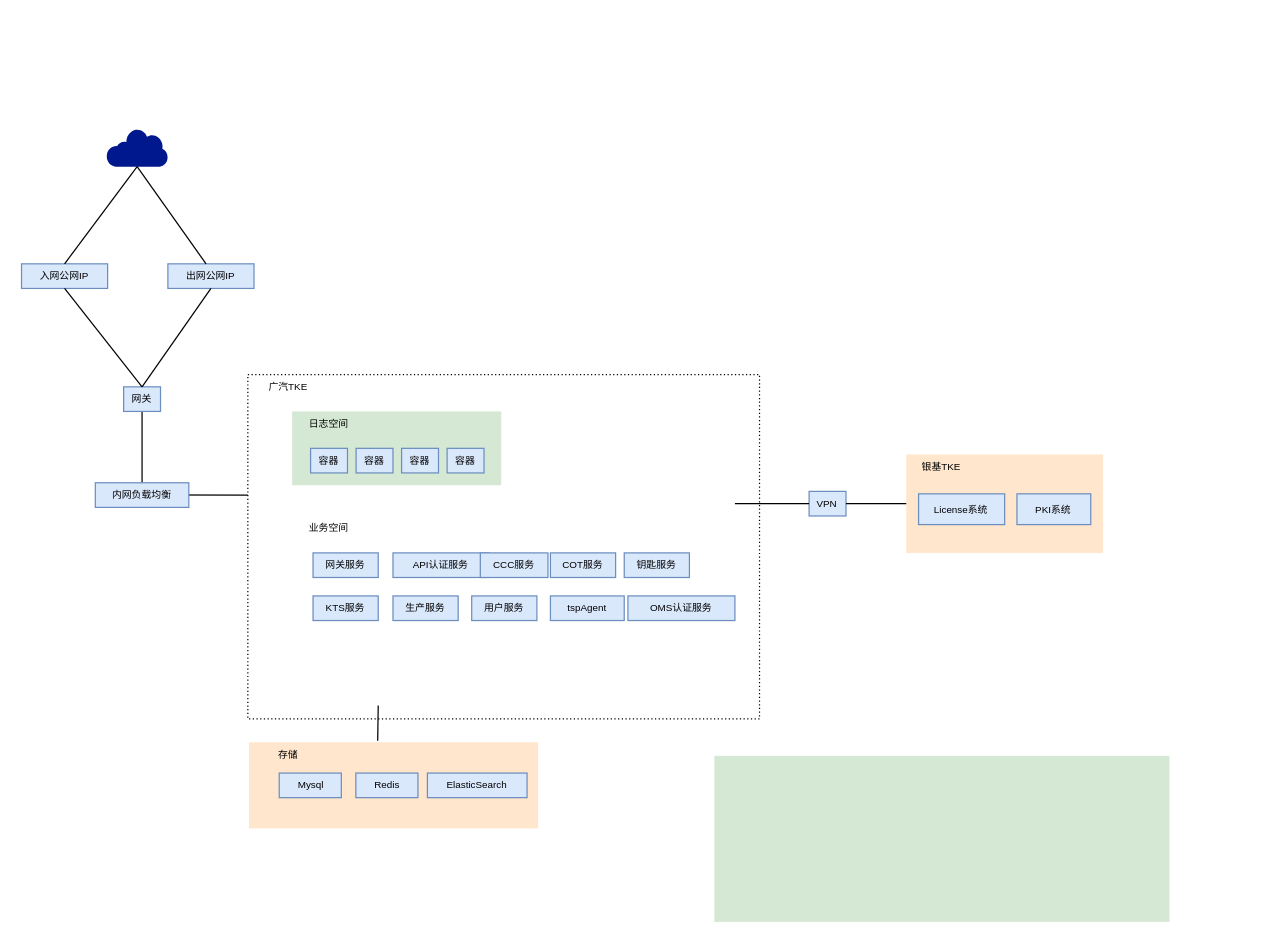
Before: 未命名绘图.drawio in jianguocong/chart, a draw.io diagram. Source tidied: cells renumbered, new cells numbered last; positions are measured from the earlier drawing's top-left corner, leaving out a move shared by most shapes. Both pictures are drawn from the tidied source at 123%, with x=0, y=0 at pixel (21, 128).
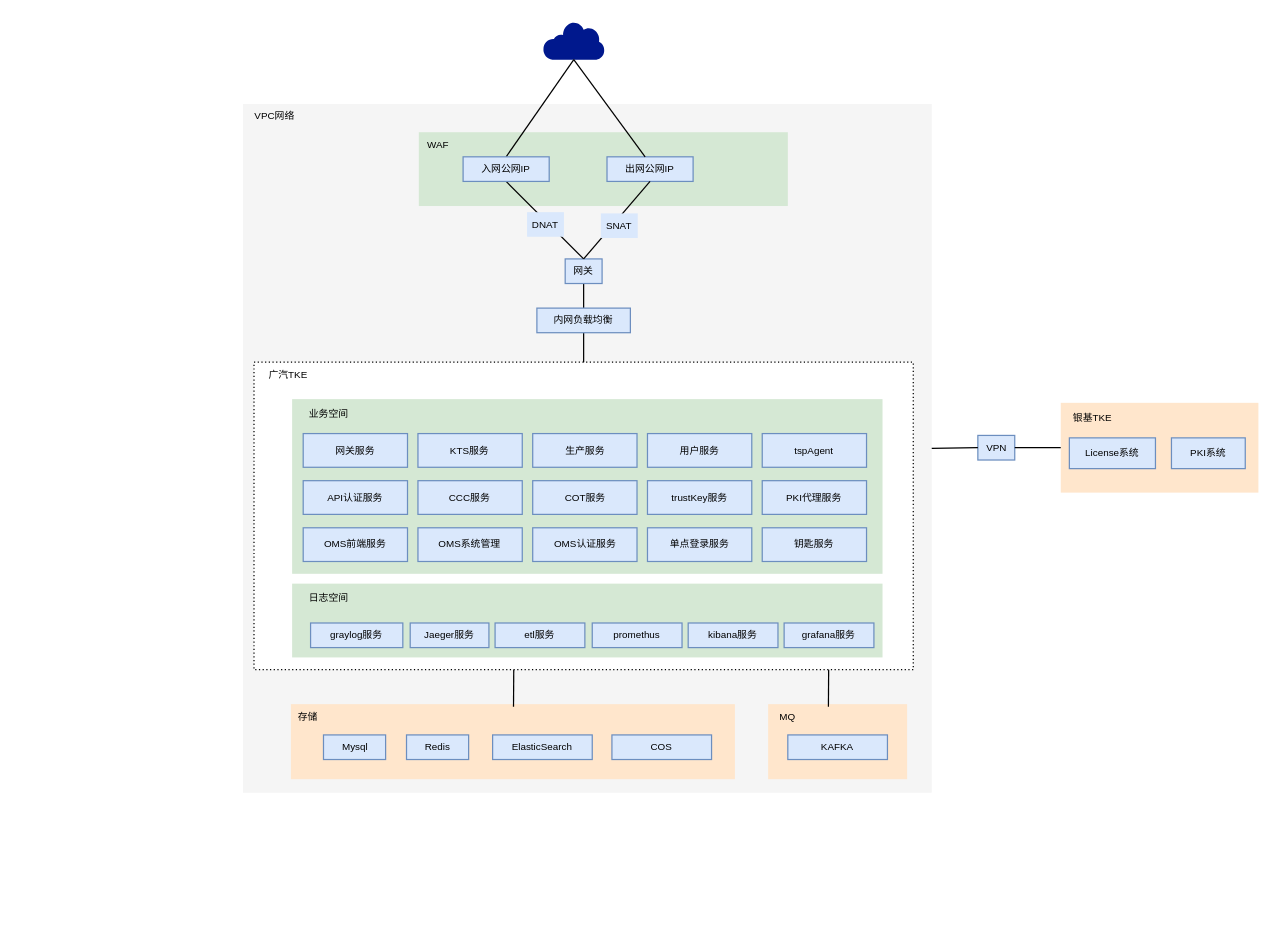
Above is the later version.

Commit message (it also covers changes not shown here):
更新未命名绘图.drawio

Change to the diagram source:
```diff
@@
+    <mxCell id="46" style="rounded=0;whiteSpace=wrap;html=1;fillColor=#f5f5f5;strokeColor=none;fontSize=8;fontColor=#333333;" parent="1" vertex="1">
+      <mxGeometry x="180" y="-20" width="560" height="560" as="geometry" />
+    </mxCell>
     <mxCell id="2" style="rounded=0;whiteSpace=wrap;html=1;dashed=1;dashPattern=1 2;fontSize=8;" parent="1" vertex="1">
-      <mxGeometry x="184" y="200" width="416" height="280" as="geometry" />
+      <mxGeometry x="189" y="190" width="536" height="250" as="geometry" />
     </mxCell>
+    <mxCell id="47" style="rounded=0;whiteSpace=wrap;html=1;fillColor=#d5e8d4;strokeColor=none;fontSize=8;" parent="1" vertex="1">
+      <mxGeometry x="323" y="3" width="300" height="60" as="geometry" />
+    </mxCell>
     <mxCell id="3" style="rounded=0;whiteSpace=wrap;html=1;fillColor=#ffe6cc;strokeColor=none;fontSize=8;" parent="1" vertex="1">
-      <mxGeometry x="185" y="499" width="235" height="70" as="geometry" />
+      <mxGeometry x="219" y="468" width="361" height="61" as="geometry" />
     </mxCell>
@@
     <mxCell id="5" value="&lt;font style=&quot;font-size: 8px;&quot;&gt;广汽TKE&lt;/font&gt;" style="rounded=0;whiteSpace=wrap;html=1;fillColor=none;strokeColor=none;fontSize=8;" parent="1" vertex="1">
-      <mxGeometry x="184" y="200" width="66" height="20" as="geometry" />
+      <mxGeometry x="184" y="190" width="66" height="20" as="geometry" />
     </mxCell>
-    <mxCell id="6" style="rounded=0;whiteSpace=wrap;html=1;fillColor=#d5e8d4;strokeColor=none;fontSize=8;" parent="1" vertex="1">
-      <mxGeometry x="220" y="230" width="170" height="60" as="geometry" />
-    </mxCell>
-    <mxCell id="7" value="容器" style="rounded=0;whiteSpace=wrap;html=1;fillColor=#dae8fc;strokeColor=#6c8ebf;fontSize=8;" parent="1" vertex="1">
-      <mxGeometry x="235" y="260" width="30" height="20" as="geometry" />
-    </mxCell>
-    <mxCell id="8" value="容器" style="rounded=0;whiteSpace=wrap;html=1;fillColor=#dae8fc;strokeColor=#6c8ebf;fontSize=8;" parent="1" vertex="1">
-      <mxGeometry x="272" y="260" width="30" height="20" as="geometry" />
-    </mxCell>
-    <mxCell id="9" value="容器" style="rounded=0;whiteSpace=wrap;html=1;fillColor=#dae8fc;strokeColor=#6c8ebf;fontSize=8;" parent="1" vertex="1">
-      <mxGeometry x="309" y="260" width="30" height="20" as="geometry" />
-    </mxCell>
-    <mxCell id="10" value="日志空间" style="rounded=0;whiteSpace=wrap;html=1;strokeColor=none;fillColor=none;fontSize=8;" parent="1" vertex="1">
-      <mxGeometry x="220" y="230" width="60" height="20" as="geometry" />
-    </mxCell>
     <mxCell id="11" style="rounded=0;whiteSpace=wrap;html=1;fillColor=#d5e8d4;strokeColor=none;fontSize=8;" parent="1" vertex="1">
-      <mxGeometry x="563.3" y="510" width="370" height="135" as="geometry" />
+      <mxGeometry x="220" y="220" width="480" height="142" as="geometry" />
     </mxCell>
-    <mxCell id="12" value="容器" style="rounded=0;whiteSpace=wrap;html=1;fillColor=#dae8fc;strokeColor=#6c8ebf;fontSize=8;" parent="1" vertex="1">
-      <mxGeometry x="346" y="260" width="30" height="20" as="geometry" />
-    </mxCell>
-    <mxCell id="13" value="网关服务" style="rounded=0;whiteSpace=wrap;html=1;fillColor=#dae8fc;strokeColor=#6c8ebf;fontSize=8;" parent="1" vertex="1">
-      <mxGeometry x="237" y="345" width="53" height="20" as="geometry" />
-    </mxCell>
     <mxCell id="14" value="业务空间" style="rounded=0;whiteSpace=wrap;html=1;fillColor=none;strokeColor=none;fontSize=8;" parent="1" vertex="1">
-      <mxGeometry x="220" y="315" width="60" height="20" as="geometry" />
+      <mxGeometry x="220" y="222" width="60" height="20" as="geometry" />
     </mxCell>
-    <mxCell id="15" value="COT服务" style="rounded=0;whiteSpace=wrap;html=1;fillColor=#dae8fc;strokeColor=#6c8ebf;fontSize=8;" parent="1" vertex="1">
-      <mxGeometry x="430" y="345" width="53" height="20" as="geometry" />
-    </mxCell>
-    <mxCell id="16" value="API认证服务" style="rounded=0;whiteSpace=wrap;html=1;fillColor=#dae8fc;strokeColor=#6c8ebf;fontSize=8;" parent="1" vertex="1">
-      <mxGeometry x="302" y="345" width="78" height="20" as="geometry" />
-    </mxCell>
-    <mxCell id="17" value="CCC服务" style="rounded=0;whiteSpace=wrap;html=1;fillColor=#dae8fc;strokeColor=#6c8ebf;fontSize=8;" parent="1" vertex="1">
-      <mxGeometry x="373" y="345" width="55" height="20" as="geometry" />
-    </mxCell>
     <mxCell id="18" style="sketch=0;shadow=0;dashed=0;html=1;strokeColor=none;labelPosition=center;verticalLabelPosition=bottom;verticalAlign=top;align=center;fillColor=#00188D;shape=mxgraph.mscae.enterprise.internet;fontSize=8;" parent="1" vertex="1">
-      <mxGeometry x="69" width="50" height="31" as="geometry" />
+      <mxGeometry x="424" y="-87" width="50" height="31" as="geometry" />
     </mxCell>
-    <mxCell id="19" style="endArrow=none;html=1;rounded=0;entryX=0;entryY=0.529;entryDx=0;entryDy=0;entryPerimeter=0;fontSize=8;" parent="1" edge="1">
-      <mxGeometry relative="1" as="geometry">
-        <mxPoint x="90" y="297.8" as="sourcePoint" />
-        <mxPoint x="184" y="298" as="targetPoint" />
-      </mxGeometry>
+    <mxCell id="19" style="endArrow=none;html=1;rounded=0;fontSize=8;entryX=0.5;entryY=0;entryDx=0;entryDy=0;exitX=0.5;exitY=1;exitDx=0;exitDy=0;" parent="1" edge="1" source="20" target="2">
+      <mxGeometry relative="1" as="geometry" />
     </mxCell>
     <mxCell id="20" value="内网负载均衡" style="rounded=0;whiteSpace=wrap;html=1;fillColor=#dae8fc;strokeColor=#6c8ebf;fontSize=8;" parent="1" vertex="1">
-      <mxGeometry x="60" y="288" width="76" height="20" as="geometry" />
+      <mxGeometry x="419" y="146" width="76" height="20" as="geometry" />
     </mxCell>
     <mxCell id="21" style="rounded=0;whiteSpace=wrap;html=1;fillColor=#ffe6cc;strokeColor=none;fontSize=8;" parent="1" vertex="1">
-      <mxGeometry x="719.3" y="265" width="160" height="80" as="geometry" />
+      <mxGeometry x="844.9" y="223" width="160.7" height="73" as="geometry" />
     </mxCell>
     <mxCell id="22" value="PKI系统" style="rounded=0;whiteSpace=wrap;html=1;fillColor=#dae8fc;strokeColor=#6c8ebf;fontSize=8;" parent="1" vertex="1">
-      <mxGeometry x="809.3" y="297" width="60" height="25" as="geometry" />
+      <mxGeometry x="934.9" y="251.5" width="60" height="25" as="geometry" />
     </mxCell>
     <mxCell id="23" value="银基TKE" style="rounded=0;whiteSpace=wrap;html=1;strokeColor=none;fillColor=none;fontSize=8;" parent="1" vertex="1">
-      <mxGeometry x="719.3" y="265" width="58" height="20" as="geometry" />
+      <mxGeometry x="841.9" y="224.5" width="58" height="20" as="geometry" />
     </mxCell>
     <mxCell id="24" value="VPN" style="rounded=0;whiteSpace=wrap;html=1;fillColor=#dae8fc;strokeColor=#6c8ebf;fontSize=8;" parent="1" vertex="1">
-      <mxGeometry x="640.3" y="295" width="30" height="20" as="geometry" />
+      <mxGeometry x="777.5" y="249.5" width="30" height="20" as="geometry" />
     </mxCell>
-    <mxCell id="25" style="endArrow=none;html=1;rounded=0;entryX=0;entryY=0.5;entryDx=0;entryDy=0;exitX=1.003;exitY=0.526;exitDx=0;exitDy=0;exitPerimeter=0;fontSize=8;" parent="1" edge="1" target="24">
-      <mxGeometry relative="1" as="geometry">
-        <mxPoint x="580" y="304.9" as="sourcePoint" />
-      </mxGeometry>
+    <mxCell id="25" style="endArrow=none;html=1;rounded=0;entryX=0;entryY=0.5;entryDx=0;entryDy=0;fontSize=8;exitX=1;exitY=0.5;exitDx=0;exitDy=0;" parent="1" edge="1" source="46" target="24">
+      <mxGeometry relative="1" as="geometry" />
     </mxCell>
-    <mxCell id="26" style="endArrow=none;html=1;rounded=0;entryX=0;entryY=0.5;entryDx=0;entryDy=0;exitX=1;exitY=0.5;exitDx=0;exitDy=0;fontSize=8;" parent="1" edge="1" source="24" target="21">
+    <mxCell id="26" style="endArrow=none;html=1;rounded=0;exitX=1;exitY=0.5;exitDx=0;exitDy=0;fontSize=8;entryX=0;entryY=0.5;entryDx=0;entryDy=0;" parent="1" edge="1" source="24" target="21">
       <mxGeometry relative="1" as="geometry" />
     </mxCell>
     <mxCell id="27" value="License系统" style="rounded=0;whiteSpace=wrap;html=1;fillColor=#dae8fc;strokeColor=#6c8ebf;fontSize=8;" parent="1" vertex="1">
-      <mxGeometry x="729.3" y="297" width="70" height="25" as="geometry" />
+      <mxGeometry x="851.9" y="251.5" width="70" height="25" as="geometry" />
     </mxCell>
     <mxCell id="28" value="网关" style="rounded=0;whiteSpace=wrap;html=1;fillColor=#dae8fc;strokeColor=#6c8ebf;fontSize=8;" parent="1" vertex="1">
-      <mxGeometry x="83" y="210" width="30" height="20" as="geometry" />
+      <mxGeometry x="442" y="106" width="30" height="20" as="geometry" />
     </mxCell>
-    <mxCell id="29" value="入网公网IP" style="rounded=0;whiteSpace=wrap;html=1;fillColor=#dae8fc;strokeColor=#6c8ebf;fontSize=8;" parent="1" vertex="1">
-      <mxGeometry y="110" width="70" height="20" as="geometry" />
-    </mxCell>
-    <mxCell id="30" style="endArrow=none;html=1;rounded=0;entryX=0.5;entryY=0;entryDx=0;entryDy=0;exitX=0.5;exitY=1;exitDx=0;exitDy=0;fontSize=8;" parent="1" edge="1" source="29" target="28">
-      <mxGeometry relative="1" as="geometry" />
+    <mxCell id="30" style="endArrow=none;html=1;rounded=0;entryX=0.5;entryY=0;entryDx=0;entryDy=0;exitX=0.5;exitY=1;exitDx=0;exitDy=0;fontSize=8;" parent="1" edge="1" target="28">
+      <mxGeometry relative="1" as="geometry">
+        <mxPoint x="394" y="43" as="sourcePoint" />
+      </mxGeometry>
     </mxCell>
+    <mxCell id="48" value="DNAT" style="edgeLabel;align=center;verticalAlign=middle;fontSize=20;fontFamily=Architects Daughter;labelBackgroundColor=default;html=1;fontColor=none;noLabel=1;" parent="30" vertex="1">
+      <mxGeometry x="0.14" y="1" relative="1" as="geometry" />
+    </mxCell>
     <mxCell id="31" value="出网公网IP" style="rounded=0;whiteSpace=wrap;html=1;fillColor=#dae8fc;strokeColor=#6c8ebf;fontSize=8;" parent="1" vertex="1">
-      <mxGeometry x="119" y="110" width="70" height="20" as="geometry" />
+      <mxGeometry x="476" y="23" width="70" height="20" as="geometry" />
     </mxCell>
@@
-    <mxCell id="34" style="endArrow=none;html=1;rounded=0;entryX=0.5;entryY=0;entryDx=0;entryDy=0;exitX=0.5;exitY=1;exitDx=0;exitDy=0;exitPerimeter=0;fontSize=8;" parent="1" edge="1" source="18" target="29">
-      <mxGeometry relative="1" as="geometry" />
+    <mxCell id="34" style="endArrow=none;html=1;rounded=0;entryX=0.5;entryY=0;entryDx=0;entryDy=0;exitX=0.5;exitY=1;exitDx=0;exitDy=0;exitPerimeter=0;fontSize=8;" parent="1" edge="1" source="18">
+      <mxGeometry relative="1" as="geometry">
+        <mxPoint x="394" y="23" as="targetPoint" />
+      </mxGeometry>
     </mxCell>
-    <mxCell id="35" style="endArrow=none;html=1;rounded=0;fontSize=8;exitX=0.469;exitY=1;exitDx=0;exitDy=0;exitPerimeter=0;entryX=0.445;entryY=-0.019;entryDx=0;entryDy=0;entryPerimeter=0;" parent="1" edge="1" target="3">
+    <mxCell id="35" style="endArrow=none;html=1;rounded=0;fontSize=8;exitX=0.394;exitY=1;exitDx=0;exitDy=0;exitPerimeter=0;" parent="1" edge="1" source="2">
       <mxGeometry relative="1" as="geometry">
-        <mxPoint x="290" y="469" as="sourcePoint" />
+        <mxPoint x="400" y="470" as="targetPoint" />
       </mxGeometry>
     </mxCell>
     <mxCell id="36" value="存储" style="rounded=0;whiteSpace=wrap;html=1;strokeColor=none;fillColor=none;fontSize=8;" parent="1" vertex="1">
-      <mxGeometry x="184" y="499" width="66" height="20" as="geometry" />
+      <mxGeometry x="200" y="468" width="66" height="20" as="geometry" />
     </mxCell>
     <mxCell id="37" value="ElasticSearch" style="rounded=0;whiteSpace=wrap;html=1;fillColor=#dae8fc;strokeColor=#6c8ebf;fontSize=8;" parent="1" vertex="1">
-      <mxGeometry x="330" y="524" width="81" height="20" as="geometry" />
+      <mxGeometry x="383" y="493" width="81" height="20" as="geometry" />
     </mxCell>
     <mxCell id="38" value="Mysql" style="rounded=0;whiteSpace=wrap;html=1;fillColor=#dae8fc;strokeColor=#6c8ebf;fontSize=8;" parent="1" vertex="1">
-      <mxGeometry x="209.5" y="524" width="50.5" height="20" as="geometry" />
+      <mxGeometry x="245.5" y="493" width="50.5" height="20" as="geometry" />
     </mxCell>
     <mxCell id="39" value="Redis" style="rounded=0;whiteSpace=wrap;html=1;fillColor=#dae8fc;strokeColor=#6c8ebf;fontSize=8;" parent="1" vertex="1">
-      <mxGeometry x="271.8" y="524" width="50.5" height="20" as="geometry" />
+      <mxGeometry x="313" y="493" width="50.5" height="20" as="geometry" />
     </mxCell>
-    <mxCell id="40" value="钥匙服务" style="rounded=0;whiteSpace=wrap;html=1;fillColor=#dae8fc;strokeColor=#6c8ebf;fontSize=8;" parent="1" vertex="1">
-      <mxGeometry x="490" y="345" width="53" height="20" as="geometry" />
-    </mxCell>
+    <mxCell id="49" style="group;" parent="1" vertex="1">
+      <mxGeometry x="229" y="248" width="458" height="104" as="geometry" />
+    </mxCell>
+    <mxCell id="13" value="网关服务" style="rounded=0;whiteSpace=wrap;html=1;fillColor=#dae8fc;strokeColor=#6c8ebf;fontSize=8;verticalAlign=middle;flipH=1;" parent="49" vertex="1">
+      <mxGeometry width="84.8" height="27.4" as="geometry" />
+    </mxCell>
+    <mxCell id="16" value="API认证服务" style="rounded=0;whiteSpace=wrap;html=1;fillColor=#dae8fc;strokeColor=#6c8ebf;fontSize=8;verticalAlign=middle;flipH=1;" parent="49" vertex="1">
+      <mxGeometry y="38.3" width="84.8" height="27.4" as="geometry" />
+    </mxCell>
-    <mxCell id="41" value="KTS服务" style="rounded=0;whiteSpace=wrap;html=1;fillColor=#dae8fc;strokeColor=#6c8ebf;fontSize=8;" parent="1" vertex="1">
-      <mxGeometry x="237" y="380" width="53" height="20" as="geometry" />
+    <mxCell id="41" value="KTS服务" style="rounded=0;whiteSpace=wrap;html=1;fillColor=#dae8fc;strokeColor=#6c8ebf;fontSize=8;verticalAlign=middle;" parent="49" vertex="1">
+      <mxGeometry x="93.3" width="84.8" height="27.4" as="geometry" />
     </mxCell>
-    <mxCell id="42" value="生产服务" style="rounded=0;whiteSpace=wrap;html=1;fillColor=#dae8fc;strokeColor=#6c8ebf;fontSize=8;" parent="1" vertex="1">
-      <mxGeometry x="302" y="380" width="53" height="20" as="geometry" />
+    <mxCell id="42" value="生产服务" style="rounded=0;whiteSpace=wrap;html=1;fillColor=#dae8fc;strokeColor=#6c8ebf;fontSize=8;verticalAlign=middle;" parent="49" vertex="1">
+      <mxGeometry x="186.6" width="84.8" height="27.4" as="geometry" />
     </mxCell>
-    <mxCell id="43" value="用户服务" style="rounded=0;whiteSpace=wrap;html=1;fillColor=#dae8fc;strokeColor=#6c8ebf;fontSize=8;" parent="1" vertex="1">
-      <mxGeometry x="366" y="380" width="53" height="20" as="geometry" />
+    <mxCell id="43" value="用户服务" style="rounded=0;whiteSpace=wrap;html=1;fillColor=#dae8fc;strokeColor=#6c8ebf;fontSize=8;verticalAlign=middle;" parent="49" vertex="1">
+      <mxGeometry x="279.9" width="84.8" height="27.4" as="geometry" />
     </mxCell>
-    <mxCell id="44" value="tspAgent" style="rounded=0;whiteSpace=wrap;html=1;fillColor=#dae8fc;strokeColor=#6c8ebf;fontSize=8;" parent="1" vertex="1">
-      <mxGeometry x="430" y="380" width="60" height="20" as="geometry" />
+    <mxCell id="44" value="tspAgent" style="rounded=0;whiteSpace=wrap;html=1;fillColor=#dae8fc;strokeColor=#6c8ebf;fontSize=8;verticalAlign=middle;" parent="49" vertex="1">
+      <mxGeometry x="373.2" width="84.8" height="27.4" as="geometry" />
     </mxCell>
-    <mxCell id="45" value="OMS认证服务" style="rounded=0;whiteSpace=wrap;html=1;fillColor=#dae8fc;strokeColor=#6c8ebf;fontSize=8;" parent="1" vertex="1">
-      <mxGeometry x="493" y="380" width="87" height="20" as="geometry" />
+    <mxCell id="45" value="OMS认证服务" style="rounded=0;whiteSpace=wrap;html=1;fillColor=#dae8fc;strokeColor=#6c8ebf;fontSize=8;verticalAlign=middle;" parent="49" vertex="1">
+      <mxGeometry x="186.6" y="76.6" width="84.8" height="27.4" as="geometry" />
     </mxCell>
+    <mxCell id="17" value="CCC服务" style="rounded=0;whiteSpace=wrap;html=1;fillColor=#dae8fc;strokeColor=#6c8ebf;fontSize=8;verticalAlign=middle;flipH=1;" parent="49" vertex="1">
+      <mxGeometry x="93.3" y="38.3" width="84.8" height="27.4" as="geometry" />
+    </mxCell>
+    <mxCell id="15" value="COT服务" style="rounded=0;whiteSpace=wrap;html=1;fillColor=#dae8fc;strokeColor=#6c8ebf;fontSize=8;verticalAlign=middle;flipH=1;" parent="49" vertex="1">
+      <mxGeometry x="186.6" y="38.3" width="84.8" height="27.4" as="geometry" />
+    </mxCell>
+    <mxCell id="40" value="钥匙服务" style="rounded=0;whiteSpace=wrap;html=1;fillColor=#dae8fc;strokeColor=#6c8ebf;fontSize=8;verticalAlign=middle;flipH=1;" parent="49" vertex="1">
+      <mxGeometry x="373.2" y="76.6" width="84.8" height="27.4" as="geometry" />
+    </mxCell>
+    <mxCell id="50" value="OMS前端服务" style="rounded=0;whiteSpace=wrap;html=1;fillColor=#dae8fc;strokeColor=#6c8ebf;fontSize=8;verticalAlign=middle;" parent="49" vertex="1">
+      <mxGeometry y="76.6" width="84.8" height="27.4" as="geometry" />
+    </mxCell>
+    <mxCell id="51" value="单点登录服务" style="rounded=0;whiteSpace=wrap;html=1;fillColor=#dae8fc;strokeColor=#6c8ebf;fontSize=8;verticalAlign=middle;" parent="49" vertex="1">
+      <mxGeometry x="279.9" y="76.6" width="84.8" height="27.4" as="geometry" />
+    </mxCell>
+    <mxCell id="52" value="OMS系统管理" style="rounded=0;whiteSpace=wrap;html=1;fillColor=#dae8fc;strokeColor=#6c8ebf;fontSize=8;verticalAlign=middle;" parent="49" vertex="1">
+      <mxGeometry x="93.3" y="76.6" width="84.8" height="27.4" as="geometry" />
+    </mxCell>
+    <mxCell id="53" value="PKI代理服务" style="rounded=0;whiteSpace=wrap;html=1;fillColor=#dae8fc;strokeColor=#6c8ebf;fontSize=8;verticalAlign=middle;" parent="49" vertex="1">
+      <mxGeometry x="373.2" y="38.3" width="84.8" height="27.4" as="geometry" />
+    </mxCell>
+    <mxCell id="54" value="trustKey服务" style="rounded=0;whiteSpace=wrap;html=1;fillColor=#dae8fc;strokeColor=#6c8ebf;fontSize=8;verticalAlign=middle;flipH=1;" parent="49" vertex="1">
+      <mxGeometry x="279.9" y="38.3" width="84.8" height="27.4" as="geometry" />
+    </mxCell>
+    <mxCell id="55" value="&lt;font style=&quot;font-size: 8px;&quot;&gt;VPC网络&lt;/font&gt;" style="rounded=0;whiteSpace=wrap;html=1;fillColor=none;strokeColor=none;fontSize=8;" parent="1" vertex="1">
+      <mxGeometry x="173" y="-20" width="66" height="20" as="geometry" />
+    </mxCell>
+    <mxCell id="56" value="&lt;font style=&quot;font-size: 8px;&quot;&gt;WAF&lt;/font&gt;" style="rounded=0;whiteSpace=wrap;html=1;fillColor=none;strokeColor=none;fontSize=8;" parent="1" vertex="1">
+      <mxGeometry x="306" y="3" width="66" height="20" as="geometry" />
+    </mxCell>
+    <mxCell id="57" style="group;" parent="1" vertex="1">
+      <mxGeometry x="220" y="370" width="480" height="60" as="geometry" />
+    </mxCell>
+    <mxCell id="6" style="rounded=0;whiteSpace=wrap;html=1;fillColor=#d5e8d4;strokeColor=none;fontSize=8;" parent="57" vertex="1">
+      <mxGeometry width="480" height="60" as="geometry" />
+    </mxCell>
+    <mxCell id="7" value="graylog服务" style="rounded=0;whiteSpace=wrap;html=1;fillColor=#dae8fc;strokeColor=#6c8ebf;fontSize=8;flipH=0;flipV=1;" parent="57" vertex="1">
+      <mxGeometry x="15" y="32" width="75" height="20" as="geometry" />
+    </mxCell>
+    <mxCell id="10" value="日志空间" style="rounded=0;whiteSpace=wrap;html=1;strokeColor=none;fillColor=none;fontSize=8;" parent="57" vertex="1">
+      <mxGeometry y="2" width="60" height="20" as="geometry" />
+    </mxCell>
+    <mxCell id="12" value="Jaeger服务" style="rounded=0;whiteSpace=wrap;html=1;fillColor=#dae8fc;strokeColor=#6c8ebf;fontSize=8;flipH=0;flipV=1;" parent="57" vertex="1">
+      <mxGeometry x="96" y="32" width="64" height="20" as="geometry" />
+    </mxCell>
+    <mxCell id="58" value="grafana服务" style="rounded=0;whiteSpace=wrap;html=1;fillColor=#dae8fc;strokeColor=#6c8ebf;fontSize=8;flipH=0;flipV=1;" parent="57" vertex="1">
+      <mxGeometry x="400" y="32" width="73" height="20" as="geometry" />
+    </mxCell>
+    <mxCell id="59" value="kibana服务" style="rounded=0;whiteSpace=wrap;html=1;fillColor=#dae8fc;strokeColor=#6c8ebf;fontSize=8;flipH=0;flipV=1;" parent="57" vertex="1">
+      <mxGeometry x="322" y="32" width="73" height="20" as="geometry" />
+    </mxCell>
+    <mxCell id="60" value="etl服务" style="rounded=0;whiteSpace=wrap;html=1;fillColor=#dae8fc;strokeColor=#6c8ebf;fontSize=8;flipH=0;flipV=1;" parent="57" vertex="1">
+      <mxGeometry x="165" y="32" width="73" height="20" as="geometry" />
+    </mxCell>
+    <mxCell id="61" value="promethus" style="rounded=0;whiteSpace=wrap;html=1;fillColor=#dae8fc;strokeColor=#6c8ebf;fontSize=8;flipH=0;flipV=1;" parent="57" vertex="1">
+      <mxGeometry x="244" y="32" width="73" height="20" as="geometry" />
+    </mxCell>
+    <mxCell id="62" value="COS" style="rounded=0;whiteSpace=wrap;html=1;fillColor=#dae8fc;strokeColor=#6c8ebf;fontSize=8;" parent="1" vertex="1">
+      <mxGeometry x="480" y="493" width="81" height="20" as="geometry" />
+    </mxCell>
+    <mxCell id="63" style="rounded=0;whiteSpace=wrap;html=1;fillColor=#ffe6cc;strokeColor=none;fontSize=8;" parent="1" vertex="1">
+      <mxGeometry x="607" y="468" width="113" height="61" as="geometry" />
+    </mxCell>
+    <mxCell id="64" value="KAFKA" style="rounded=0;whiteSpace=wrap;html=1;fillColor=#dae8fc;strokeColor=#6c8ebf;fontSize=8;" parent="1" vertex="1">
+      <mxGeometry x="623" y="493" width="81" height="20" as="geometry" />
+    </mxCell>
+    <mxCell id="65" value="MQ" style="rounded=0;whiteSpace=wrap;html=1;strokeColor=none;fillColor=none;fontSize=8;" parent="1" vertex="1">
+      <mxGeometry x="590" y="468" width="66" height="20" as="geometry" />
+    </mxCell>
+    <mxCell id="66" style="endArrow=none;html=1;rounded=0;fontSize=8;exitX=0.394;exitY=1;exitDx=0;exitDy=0;exitPerimeter=0;" parent="1" edge="1">
+      <mxGeometry relative="1" as="geometry">
+        <mxPoint x="656.2" y="440" as="sourcePoint" />
+        <mxPoint x="656" y="470" as="targetPoint" />
+      </mxGeometry>
+    </mxCell>
+    <mxCell id="29" value="入网公网IP" style="rounded=0;whiteSpace=wrap;html=1;fillColor=#dae8fc;strokeColor=#6c8ebf;fontSize=8;" parent="1" vertex="1">
+      <mxGeometry x="359" y="23" width="70" height="20" as="geometry" />
+    </mxCell>
+    <mxCell id="67" value="DNAT" style="rounded=0;whiteSpace=wrap;html=1;fillColor=#dae8fc;strokeColor=none;fontSize=8;" parent="1" vertex="1">
+      <mxGeometry x="411" y="68" width="30" height="20" as="geometry" />
+    </mxCell>
+    <mxCell id="68" value="SNAT" style="rounded=0;whiteSpace=wrap;html=1;fillColor=#dae8fc;strokeColor=none;fontSize=8;" parent="1" vertex="1">
+      <mxGeometry x="471" y="69" width="30" height="20" as="geometry" />
+    </mxCell>
```
